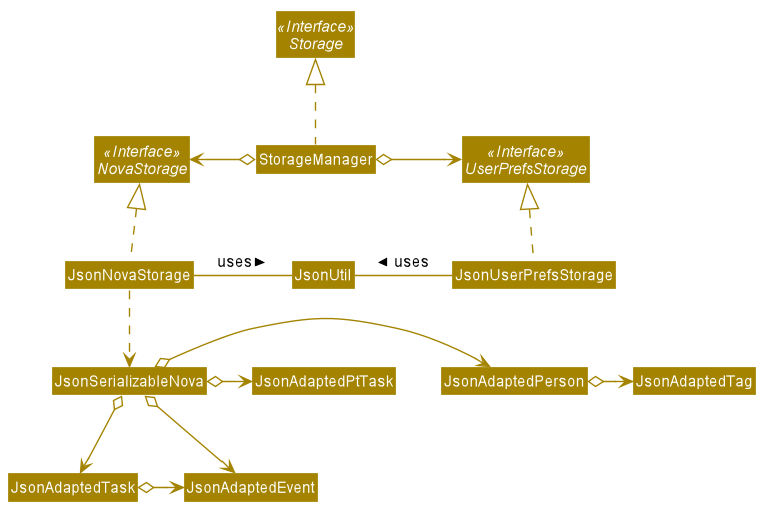
This is docs/images/StorageClassDiagram.png from xCelestialPhoenix/main, a PlantUML export, as it was before one commit.
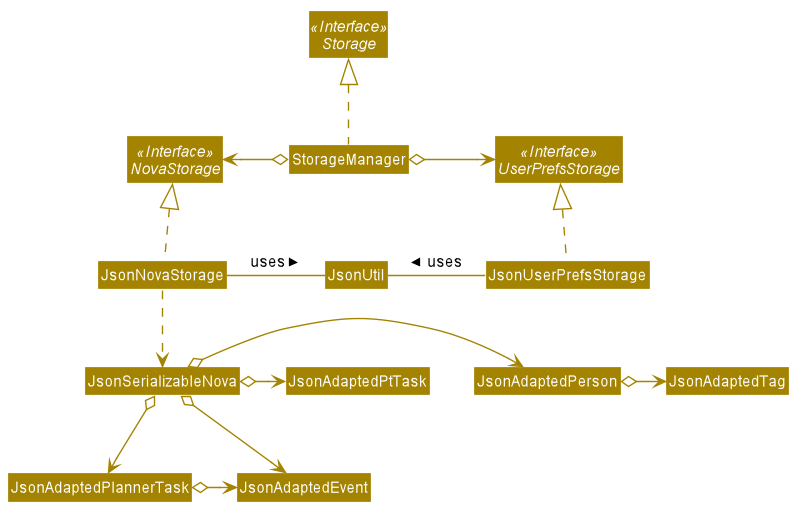
The same diagram one commit later.

The edit, as a diff of the source:
```diff
@@ -74,8 +74,8 @@
 
 JsonSerializableNova o-right-> JsonAdaptedPerson
 JsonSerializableNova o-right-> JsonAdaptedPtTask
-JsonSerializableNova o-down-> JsonAdaptedTask
-JsonAdaptedTask o-right-> JsonAdaptedEvent
+JsonSerializableNova o-down-> JsonAdaptedPlannerTask
+JsonAdaptedPlannerTask o-right-> JsonAdaptedEvent
 JsonSerializableNova o-down-> JsonAdaptedEvent
 JsonAdaptedPerson o-right-> JsonAdaptedTag
 @enduml
```
